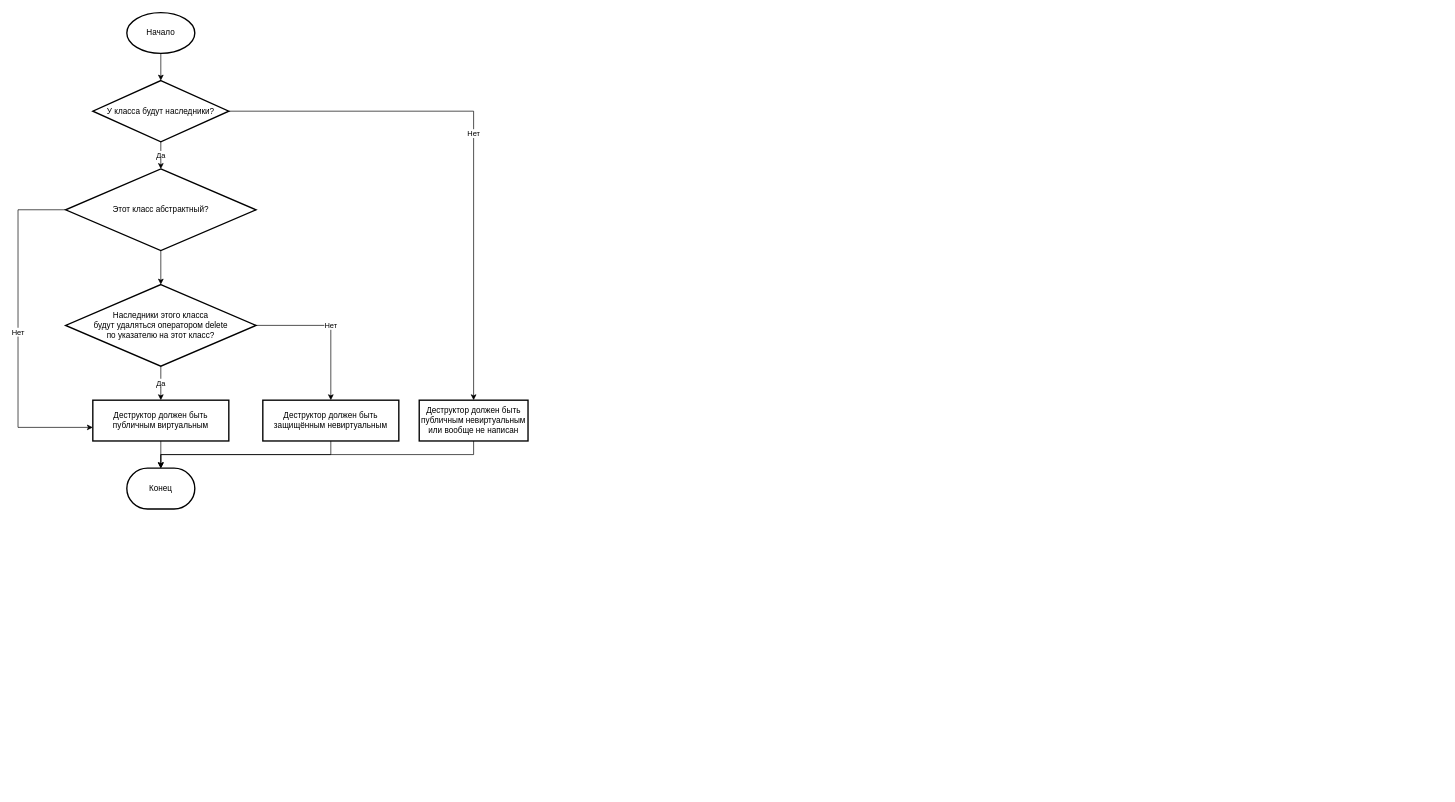
This is lectures/03/inheritance.drawio from alexey-malov/oop, a draw.io file, before an edit. Source tidied: cells renumbered, new cells numbered last; positions are measured from the earlier drawing's top-left corner, leaving out a move shared by most shapes. Both pictures are drawn from the tidied source at 68%, with x=0, y=0 at pixel (18, 12).
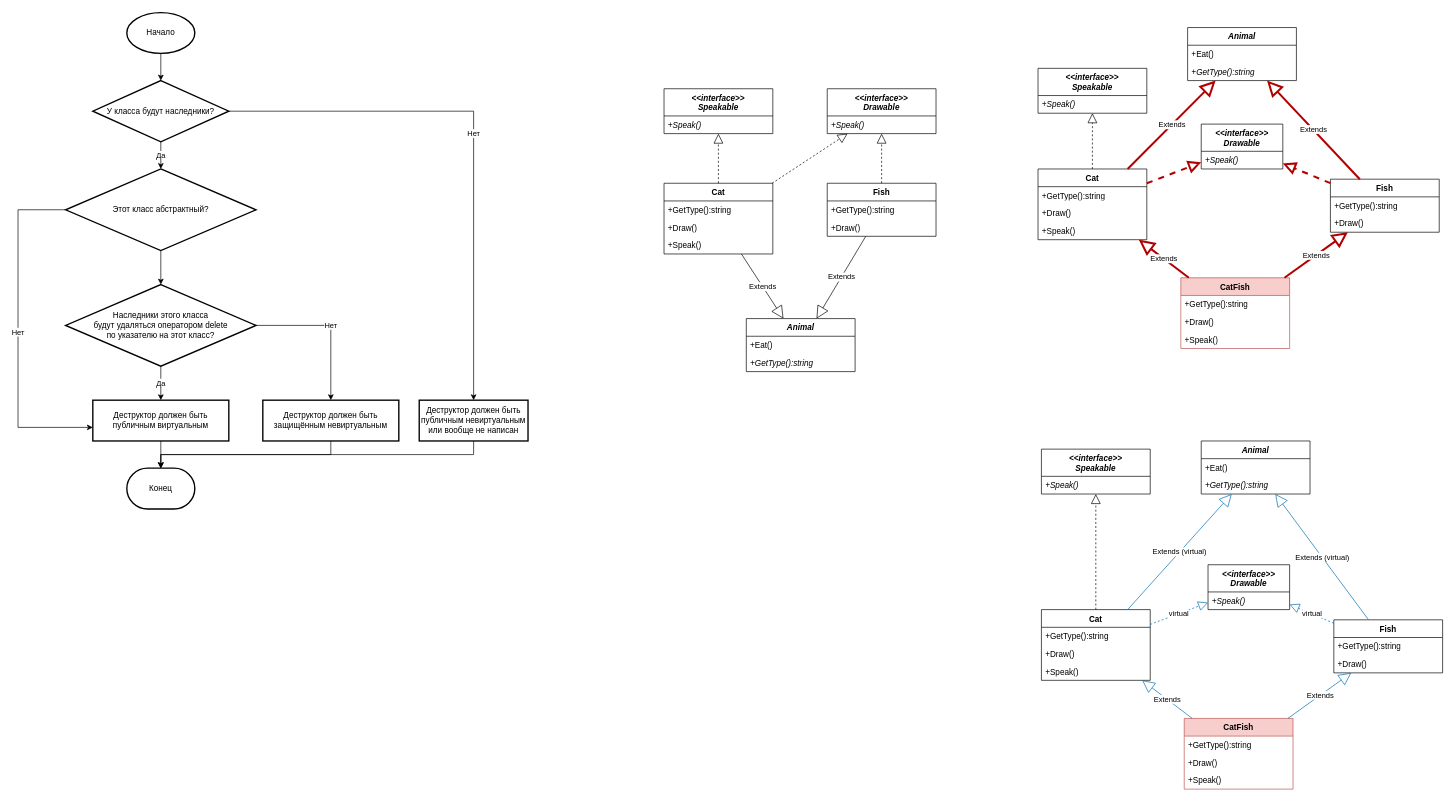
After the change.

What changed in the source:
```diff
@@
+    <mxCell id="20" value="&lt;div&gt;&lt;i&gt;&amp;lt;&amp;lt;interface&amp;gt;&amp;gt;&lt;/i&gt;&lt;/div&gt;&lt;i&gt;Speakable&lt;/i&gt;" style="swimlane;fontStyle=1;align=center;verticalAlign=top;horizontal=1;startSize=40;whiteSpace=wrap;html=1;" parent="1" vertex="1">
+      <mxGeometry x="950" y="112" width="160" height="66" as="geometry" />
+    </mxCell>
+    <mxCell id="21" value="&lt;i&gt;+Speak()&lt;/i&gt;" style="text;strokeColor=none;fillColor=none;align=left;verticalAlign=top;spacingLeft=4;spacingRight=4;overflow=hidden;whiteSpace=wrap;html=1;" parent="20" vertex="1">
+      <mxGeometry y="40" width="160" height="26" as="geometry" />
+    </mxCell>
+    <mxCell id="22" value="&lt;div&gt;&lt;i&gt;&amp;lt;&amp;lt;interface&amp;gt;&amp;gt;&lt;/i&gt;&lt;/div&gt;&lt;i&gt;Drawable&lt;/i&gt;" style="swimlane;fontStyle=1;align=center;verticalAlign=top;horizontal=1;startSize=40;whiteSpace=wrap;html=1;" parent="1" vertex="1">
+      <mxGeometry x="1190" y="112" width="160" height="66" as="geometry" />
+    </mxCell>
+    <mxCell id="23" value="&lt;i&gt;+Speak()&lt;/i&gt;" style="text;strokeColor=none;fillColor=none;align=left;verticalAlign=top;spacingLeft=4;spacingRight=4;overflow=hidden;whiteSpace=wrap;html=1;" parent="22" vertex="1">
+      <mxGeometry y="40" width="160" height="26" as="geometry" />
+    </mxCell>
+    <mxCell id="24" value="&lt;i&gt;Animal&lt;/i&gt;" style="swimlane;fontStyle=1;align=center;verticalAlign=top;horizontal=1;startSize=26;whiteSpace=wrap;html=1;" parent="1" vertex="1">
+      <mxGeometry x="1071" y="450" width="160" height="78" as="geometry" />
+    </mxCell>
+    <mxCell id="25" value="+Eat()" style="text;strokeColor=none;fillColor=none;align=left;verticalAlign=top;spacingLeft=4;spacingRight=4;overflow=hidden;whiteSpace=wrap;html=1;" parent="24" vertex="1">
+      <mxGeometry y="26" width="160" height="26" as="geometry" />
+    </mxCell>
+    <mxCell id="26" value="&lt;i&gt;+GetType():string&lt;/i&gt;" style="text;strokeColor=none;fillColor=none;align=left;verticalAlign=top;spacingLeft=4;spacingRight=4;overflow=hidden;whiteSpace=wrap;html=1;" parent="24" vertex="1">
+      <mxGeometry y="52" width="160" height="26" as="geometry" />
+    </mxCell>
+    <mxCell id="27" value="Cat" style="swimlane;fontStyle=1;align=center;verticalAlign=top;horizontal=1;startSize=26;whiteSpace=wrap;html=1;" parent="1" vertex="1">
+      <mxGeometry x="950" y="251" width="160" height="104" as="geometry" />
+    </mxCell>
+    <mxCell id="28" value="&lt;span&gt;+GetType():string&lt;/span&gt;" style="text;strokeColor=none;fillColor=none;align=left;verticalAlign=top;spacingLeft=4;spacingRight=4;overflow=hidden;whiteSpace=wrap;html=1;fontStyle=0;" parent="27" vertex="1">
+      <mxGeometry y="26" width="160" height="26" as="geometry" />
+    </mxCell>
+    <mxCell id="29" value="&lt;span&gt;+Draw()&lt;/span&gt;" style="text;strokeColor=none;fillColor=none;align=left;verticalAlign=top;spacingLeft=4;spacingRight=4;overflow=hidden;whiteSpace=wrap;html=1;fontStyle=0;" parent="27" vertex="1">
+      <mxGeometry y="52" width="160" height="26" as="geometry" />
+    </mxCell>
+    <mxCell id="30" value="&lt;span&gt;+Speak()&lt;/span&gt;" style="text;strokeColor=none;fillColor=none;align=left;verticalAlign=top;spacingLeft=4;spacingRight=4;overflow=hidden;whiteSpace=wrap;html=1;fontStyle=0;" parent="27" vertex="1">
+      <mxGeometry y="78" width="160" height="26" as="geometry" />
+    </mxCell>
+    <mxCell id="31" value="Fish" style="swimlane;fontStyle=1;align=center;verticalAlign=top;horizontal=1;startSize=26;whiteSpace=wrap;html=1;" parent="1" vertex="1">
+      <mxGeometry x="1190" y="251" width="160" height="78" as="geometry" />
+    </mxCell>
+    <mxCell id="32" value="&lt;span&gt;+GetType():string&lt;/span&gt;" style="text;strokeColor=none;fillColor=none;align=left;verticalAlign=top;spacingLeft=4;spacingRight=4;overflow=hidden;whiteSpace=wrap;html=1;fontStyle=0;" parent="31" vertex="1">
+      <mxGeometry y="26" width="160" height="26" as="geometry" />
+    </mxCell>
+    <mxCell id="33" value="&lt;span&gt;+Draw()&lt;/span&gt;" style="text;strokeColor=none;fillColor=none;align=left;verticalAlign=top;spacingLeft=4;spacingRight=4;overflow=hidden;whiteSpace=wrap;html=1;fontStyle=0;" parent="31" vertex="1">
+      <mxGeometry y="52" width="160" height="26" as="geometry" />
+    </mxCell>
+    <mxCell id="34" style="endArrow=block;dashed=1;endFill=0;endSize=12;html=1;rounded=0;" parent="1" edge="1" source="27" target="20">
+      <mxGeometry relative="1" as="geometry" />
+    </mxCell>
+    <mxCell id="35" style="endArrow=block;dashed=1;endFill=0;endSize=12;html=1;rounded=0;" parent="1" edge="1" source="31" target="22">
+      <mxGeometry relative="1" as="geometry" />
+    </mxCell>
+    <mxCell id="36" style="endArrow=block;dashed=1;endFill=0;endSize=12;html=1;rounded=0;" parent="1" edge="1" source="27" target="22">
+      <mxGeometry relative="1" as="geometry" />
+    </mxCell>
+    <mxCell id="37" value="Extends" style="endArrow=block;endSize=16;endFill=0;html=1;rounded=0;" parent="1" edge="1" source="27" target="24">
+      <mxGeometry relative="1" as="geometry" />
+    </mxCell>
+    <mxCell id="38" value="Extends" style="endArrow=block;endSize=16;endFill=0;html=1;rounded=0;" parent="1" edge="1" source="31" target="24">
+      <mxGeometry relative="1" as="geometry" />
+    </mxCell>
+    <mxCell id="39" value="&lt;div&gt;&lt;i&gt;&amp;lt;&amp;lt;interface&amp;gt;&amp;gt;&lt;/i&gt;&lt;/div&gt;&lt;i&gt;Speakable&lt;/i&gt;" style="swimlane;fontStyle=1;align=center;verticalAlign=top;horizontal=1;startSize=40;whiteSpace=wrap;html=1;" parent="1" vertex="1">
+      <mxGeometry x="1500" y="82" width="160" height="66" as="geometry" />
+    </mxCell>
+    <mxCell id="40" value="&lt;i&gt;+Speak()&lt;/i&gt;" style="text;strokeColor=none;fillColor=none;align=left;verticalAlign=top;spacingLeft=4;spacingRight=4;overflow=hidden;whiteSpace=wrap;html=1;" parent="39" vertex="1">
+      <mxGeometry y="40" width="160" height="26" as="geometry" />
+    </mxCell>
+    <mxCell id="41" value="&lt;div&gt;&lt;i&gt;&amp;lt;&amp;lt;interface&amp;gt;&amp;gt;&lt;/i&gt;&lt;/div&gt;&lt;i&gt;Drawable&lt;/i&gt;" style="swimlane;fontStyle=1;align=center;verticalAlign=top;horizontal=1;startSize=40;whiteSpace=wrap;html=1;" parent="1" vertex="1">
+      <mxGeometry x="1740" y="164" width="120" height="66" as="geometry" />
+    </mxCell>
+    <mxCell id="42" value="&lt;i&gt;+Speak()&lt;/i&gt;" style="text;strokeColor=none;fillColor=none;align=left;verticalAlign=top;spacingLeft=4;spacingRight=4;overflow=hidden;whiteSpace=wrap;html=1;" parent="41" vertex="1">
+      <mxGeometry y="40" width="120" height="26" as="geometry" />
+    </mxCell>
+    <mxCell id="43" value="&lt;i&gt;Animal&lt;/i&gt;" style="swimlane;fontStyle=1;align=center;verticalAlign=top;horizontal=1;startSize=26;whiteSpace=wrap;html=1;" parent="1" vertex="1">
+      <mxGeometry x="1720" y="22" width="160" height="78" as="geometry" />
+    </mxCell>
+    <mxCell id="44" value="+Eat()" style="text;strokeColor=none;fillColor=none;align=left;verticalAlign=top;spacingLeft=4;spacingRight=4;overflow=hidden;whiteSpace=wrap;html=1;" parent="43" vertex="1">
+      <mxGeometry y="26" width="160" height="26" as="geometry" />
+    </mxCell>
+    <mxCell id="45" value="&lt;i&gt;+GetType():string&lt;/i&gt;" style="text;strokeColor=none;fillColor=none;align=left;verticalAlign=top;spacingLeft=4;spacingRight=4;overflow=hidden;whiteSpace=wrap;html=1;" parent="43" vertex="1">
+      <mxGeometry y="52" width="160" height="26" as="geometry" />
+    </mxCell>
+    <mxCell id="46" value="Cat" style="swimlane;fontStyle=1;align=center;verticalAlign=top;horizontal=1;startSize=26;whiteSpace=wrap;html=1;" parent="1" vertex="1">
+      <mxGeometry x="1500" y="230" width="160" height="104" as="geometry" />
+    </mxCell>
+    <mxCell id="47" value="&lt;span&gt;+GetType():string&lt;/span&gt;" style="text;strokeColor=none;fillColor=none;align=left;verticalAlign=top;spacingLeft=4;spacingRight=4;overflow=hidden;whiteSpace=wrap;html=1;fontStyle=0;" parent="46" vertex="1">
+      <mxGeometry y="26" width="160" height="26" as="geometry" />
+    </mxCell>
+    <mxCell id="48" value="&lt;span&gt;+Draw()&lt;/span&gt;" style="text;strokeColor=none;fillColor=none;align=left;verticalAlign=top;spacingLeft=4;spacingRight=4;overflow=hidden;whiteSpace=wrap;html=1;fontStyle=0;" parent="46" vertex="1">
+      <mxGeometry y="52" width="160" height="26" as="geometry" />
+    </mxCell>
+    <mxCell id="49" value="&lt;span&gt;+Speak()&lt;/span&gt;" style="text;strokeColor=none;fillColor=none;align=left;verticalAlign=top;spacingLeft=4;spacingRight=4;overflow=hidden;whiteSpace=wrap;html=1;fontStyle=0;" parent="46" vertex="1">
+      <mxGeometry y="78" width="160" height="26" as="geometry" />
+    </mxCell>
+    <mxCell id="50" value="Fish" style="swimlane;fontStyle=1;align=center;verticalAlign=top;horizontal=1;startSize=26;whiteSpace=wrap;html=1;" parent="1" vertex="1">
+      <mxGeometry x="1930" y="245" width="160" height="78" as="geometry" />
+    </mxCell>
+    <mxCell id="51" value="&lt;span&gt;+GetType():string&lt;/span&gt;" style="text;strokeColor=none;fillColor=none;align=left;verticalAlign=top;spacingLeft=4;spacingRight=4;overflow=hidden;whiteSpace=wrap;html=1;fontStyle=0;" parent="50" vertex="1">
+      <mxGeometry y="26" width="160" height="26" as="geometry" />
+    </mxCell>
+    <mxCell id="52" value="&lt;span&gt;+Draw()&lt;/span&gt;" style="text;strokeColor=none;fillColor=none;align=left;verticalAlign=top;spacingLeft=4;spacingRight=4;overflow=hidden;whiteSpace=wrap;html=1;fontStyle=0;" parent="50" vertex="1">
+      <mxGeometry y="52" width="160" height="26" as="geometry" />
+    </mxCell>
+    <mxCell id="53" style="endArrow=block;dashed=1;endFill=0;endSize=12;html=1;rounded=0;" parent="1" edge="1" source="46" target="39">
+      <mxGeometry relative="1" as="geometry" />
+    </mxCell>
+    <mxCell id="54" style="endArrow=block;dashed=1;endFill=0;endSize=12;html=1;rounded=0;fillColor=#e51400;strokeColor=#B20000;strokeWidth=3;" parent="1" edge="1" source="50" target="41">
+      <mxGeometry relative="1" as="geometry" />
+    </mxCell>
+    <mxCell id="55" style="endArrow=block;dashed=1;endFill=0;endSize=12;html=1;rounded=0;fillColor=#e51400;strokeColor=#B20000;strokeWidth=3;" parent="1" edge="1" source="46" target="41">
+      <mxGeometry relative="1" as="geometry" />
+    </mxCell>
+    <mxCell id="56" value="Extends" style="endArrow=block;endSize=16;endFill=0;html=1;rounded=0;fillColor=#e51400;strokeColor=#B20000;strokeWidth=3;" parent="1" edge="1" source="46" target="43">
+      <mxGeometry relative="1" as="geometry" />
+    </mxCell>
+    <mxCell id="57" value="Extends" style="endArrow=block;endSize=16;endFill=0;html=1;rounded=0;fillColor=#e51400;strokeColor=#B20000;strokeWidth=3;" parent="1" edge="1" source="50" target="43">
+      <mxGeometry relative="1" as="geometry" />
+    </mxCell>
+    <mxCell id="58" value="CatFish" style="swimlane;fontStyle=1;align=center;verticalAlign=top;horizontal=1;startSize=26;whiteSpace=wrap;html=1;fillColor=#f8cecc;strokeColor=#b85450;" parent="1" vertex="1">
+      <mxGeometry x="1710" y="390" width="160" height="104" as="geometry" />
+    </mxCell>
+    <mxCell id="59" value="&lt;span&gt;+GetType():string&lt;/span&gt;" style="text;strokeColor=none;fillColor=none;align=left;verticalAlign=top;spacingLeft=4;spacingRight=4;overflow=hidden;whiteSpace=wrap;html=1;fontStyle=0;" parent="58" vertex="1">
+      <mxGeometry y="26" width="160" height="26" as="geometry" />
+    </mxCell>
+    <mxCell id="60" value="&lt;span&gt;+Draw()&lt;/span&gt;" style="text;strokeColor=none;fillColor=none;align=left;verticalAlign=top;spacingLeft=4;spacingRight=4;overflow=hidden;whiteSpace=wrap;html=1;fontStyle=0;" parent="58" vertex="1">
+      <mxGeometry y="52" width="160" height="26" as="geometry" />
+    </mxCell>
+    <mxCell id="61" value="&lt;span&gt;+Speak()&lt;/span&gt;" style="text;strokeColor=none;fillColor=none;align=left;verticalAlign=top;spacingLeft=4;spacingRight=4;overflow=hidden;whiteSpace=wrap;html=1;fontStyle=0;" parent="58" vertex="1">
+      <mxGeometry y="78" width="160" height="26" as="geometry" />
+    </mxCell>
+    <mxCell id="62" value="Extends" style="endArrow=block;endSize=16;endFill=0;html=1;rounded=0;fillColor=#e51400;strokeColor=#B20000;strokeWidth=3;" parent="1" edge="1" source="58" target="46">
+      <mxGeometry relative="1" as="geometry" />
+    </mxCell>
+    <mxCell id="63" value="Extends" style="endArrow=block;endSize=16;endFill=0;html=1;rounded=0;fillColor=#e51400;strokeColor=#B20000;strokeWidth=3;" parent="1" edge="1" source="58" target="50">
+      <mxGeometry relative="1" as="geometry" />
+    </mxCell>
+    <mxCell id="64" value="&lt;div&gt;&lt;i&gt;&amp;lt;&amp;lt;interface&amp;gt;&amp;gt;&lt;/i&gt;&lt;/div&gt;&lt;i&gt;Speakable&lt;/i&gt;" style="swimlane;fontStyle=1;align=center;verticalAlign=top;horizontal=1;startSize=40;whiteSpace=wrap;html=1;" parent="1" vertex="1">
+      <mxGeometry x="1505" y="642" width="160" height="66" as="geometry" />
+    </mxCell>
+    <mxCell id="65" value="&lt;i&gt;+Speak()&lt;/i&gt;" style="text;strokeColor=none;fillColor=none;align=left;verticalAlign=top;spacingLeft=4;spacingRight=4;overflow=hidden;whiteSpace=wrap;html=1;" parent="64" vertex="1">
+      <mxGeometry y="40" width="160" height="26" as="geometry" />
+    </mxCell>
+    <mxCell id="66" value="&lt;div&gt;&lt;i&gt;&amp;lt;&amp;lt;interface&amp;gt;&amp;gt;&lt;/i&gt;&lt;/div&gt;&lt;i&gt;Drawable&lt;/i&gt;" style="swimlane;fontStyle=1;align=center;verticalAlign=top;horizontal=1;startSize=40;whiteSpace=wrap;html=1;" parent="1" vertex="1">
+      <mxGeometry x="1750" y="812" width="120" height="66" as="geometry" />
+    </mxCell>
+    <mxCell id="67" value="&lt;i&gt;+Speak()&lt;/i&gt;" style="text;strokeColor=none;fillColor=none;align=left;verticalAlign=top;spacingLeft=4;spacingRight=4;overflow=hidden;whiteSpace=wrap;html=1;" parent="66" vertex="1">
+      <mxGeometry y="40" width="120" height="26" as="geometry" />
+    </mxCell>
+    <mxCell id="68" value="&lt;i&gt;Animal&lt;/i&gt;" style="swimlane;fontStyle=1;align=center;verticalAlign=top;horizontal=1;startSize=26;whiteSpace=wrap;html=1;" parent="1" vertex="1">
+      <mxGeometry x="1740" y="630" width="160" height="78" as="geometry" />
+    </mxCell>
+    <mxCell id="69" value="+Eat()" style="text;strokeColor=none;fillColor=none;align=left;verticalAlign=top;spacingLeft=4;spacingRight=4;overflow=hidden;whiteSpace=wrap;html=1;" parent="68" vertex="1">
+      <mxGeometry y="26" width="160" height="26" as="geometry" />
+    </mxCell>
+    <mxCell id="70" value="&lt;i&gt;+GetType():string&lt;/i&gt;" style="text;strokeColor=none;fillColor=none;align=left;verticalAlign=top;spacingLeft=4;spacingRight=4;overflow=hidden;whiteSpace=wrap;html=1;" parent="68" vertex="1">
+      <mxGeometry y="52" width="160" height="26" as="geometry" />
+    </mxCell>
+    <mxCell id="71" value="Cat" style="swimlane;fontStyle=1;align=center;verticalAlign=top;horizontal=1;startSize=26;whiteSpace=wrap;html=1;" parent="1" vertex="1">
+      <mxGeometry x="1505" y="878" width="160" height="104" as="geometry" />
+    </mxCell>
+    <mxCell id="72" value="&lt;span&gt;+GetType():string&lt;/span&gt;" style="text;strokeColor=none;fillColor=none;align=left;verticalAlign=top;spacingLeft=4;spacingRight=4;overflow=hidden;whiteSpace=wrap;html=1;fontStyle=0;" parent="71" vertex="1">
+      <mxGeometry y="26" width="160" height="26" as="geometry" />
+    </mxCell>
+    <mxCell id="73" value="&lt;span&gt;+Draw()&lt;/span&gt;" style="text;strokeColor=none;fillColor=none;align=left;verticalAlign=top;spacingLeft=4;spacingRight=4;overflow=hidden;whiteSpace=wrap;html=1;fontStyle=0;" parent="71" vertex="1">
+      <mxGeometry y="52" width="160" height="26" as="geometry" />
+    </mxCell>
+    <mxCell id="74" value="&lt;span&gt;+Speak()&lt;/span&gt;" style="text;strokeColor=none;fillColor=none;align=left;verticalAlign=top;spacingLeft=4;spacingRight=4;overflow=hidden;whiteSpace=wrap;html=1;fontStyle=0;" parent="71" vertex="1">
+      <mxGeometry y="78" width="160" height="26" as="geometry" />
+    </mxCell>
+    <mxCell id="75" value="Fish" style="swimlane;fontStyle=1;align=center;verticalAlign=top;horizontal=1;startSize=26;whiteSpace=wrap;html=1;" parent="1" vertex="1">
+      <mxGeometry x="1935" y="893" width="160" height="78" as="geometry" />
+    </mxCell>
+    <mxCell id="76" value="&lt;span&gt;+GetType():string&lt;/span&gt;" style="text;strokeColor=none;fillColor=none;align=left;verticalAlign=top;spacingLeft=4;spacingRight=4;overflow=hidden;whiteSpace=wrap;html=1;fontStyle=0;" parent="75" vertex="1">
+      <mxGeometry y="26" width="160" height="26" as="geometry" />
+    </mxCell>
+    <mxCell id="77" value="&lt;span&gt;+Draw()&lt;/span&gt;" style="text;strokeColor=none;fillColor=none;align=left;verticalAlign=top;spacingLeft=4;spacingRight=4;overflow=hidden;whiteSpace=wrap;html=1;fontStyle=0;" parent="75" vertex="1">
+      <mxGeometry y="52" width="160" height="26" as="geometry" />
+    </mxCell>
+    <mxCell id="78" style="endArrow=block;dashed=1;endFill=0;endSize=12;html=1;rounded=0;" parent="1" edge="1" source="71" target="64">
+      <mxGeometry relative="1" as="geometry" />
+    </mxCell>
+    <mxCell id="79" value="virtual" style="endArrow=block;dashed=1;endFill=0;endSize=12;html=1;rounded=0;fillColor=#1ba1e2;strokeColor=#006EAF;strokeWidth=1;" parent="1" edge="1" source="75" target="66">
+      <mxGeometry relative="1" as="geometry" />
+    </mxCell>
+    <mxCell id="80" value="virtual" style="endArrow=block;dashed=1;endFill=0;endSize=12;html=1;rounded=0;fillColor=#1ba1e2;strokeColor=#006EAF;strokeWidth=1;" parent="1" edge="1" source="71" target="66">
+      <mxGeometry relative="1" as="geometry" />
+    </mxCell>
+    <mxCell id="81" value="Extends (virtual)" style="endArrow=block;endSize=16;endFill=0;html=1;rounded=0;fillColor=#1ba1e2;strokeColor=#006EAF;strokeWidth=1;" parent="1" edge="1" source="71" target="68">
+      <mxGeometry relative="1" as="geometry" />
+    </mxCell>
+    <mxCell id="82" value="Extends (virtual)" style="endArrow=block;endSize=16;endFill=0;html=1;rounded=0;fillColor=#1ba1e2;strokeColor=#006EAF;strokeWidth=1;" parent="1" edge="1" source="75" target="68">
+      <mxGeometry relative="1" as="geometry" />
+    </mxCell>
+    <mxCell id="83" value="CatFish" style="swimlane;fontStyle=1;align=center;verticalAlign=top;horizontal=1;startSize=26;whiteSpace=wrap;html=1;fillColor=#f8cecc;strokeColor=#b85450;" parent="1" vertex="1">
+      <mxGeometry x="1715" y="1038" width="160" height="104" as="geometry" />
+    </mxCell>
+    <mxCell id="84" value="&lt;span&gt;+GetType():string&lt;/span&gt;" style="text;strokeColor=none;fillColor=none;align=left;verticalAlign=top;spacingLeft=4;spacingRight=4;overflow=hidden;whiteSpace=wrap;html=1;fontStyle=0;" parent="83" vertex="1">
+      <mxGeometry y="26" width="160" height="26" as="geometry" />
+    </mxCell>
+    <mxCell id="85" value="&lt;span&gt;+Draw()&lt;/span&gt;" style="text;strokeColor=none;fillColor=none;align=left;verticalAlign=top;spacingLeft=4;spacingRight=4;overflow=hidden;whiteSpace=wrap;html=1;fontStyle=0;" parent="83" vertex="1">
+      <mxGeometry y="52" width="160" height="26" as="geometry" />
+    </mxCell>
+    <mxCell id="86" value="&lt;span&gt;+Speak()&lt;/span&gt;" style="text;strokeColor=none;fillColor=none;align=left;verticalAlign=top;spacingLeft=4;spacingRight=4;overflow=hidden;whiteSpace=wrap;html=1;fontStyle=0;" parent="83" vertex="1">
+      <mxGeometry y="78" width="160" height="26" as="geometry" />
+    </mxCell>
+    <mxCell id="87" value="Extends" style="endArrow=block;endSize=16;endFill=0;html=1;rounded=0;fillColor=#1ba1e2;strokeColor=#006EAF;strokeWidth=1;" parent="1" edge="1" source="83" target="71">
+      <mxGeometry relative="1" as="geometry" />
+    </mxCell>
+    <mxCell id="88" value="Extends" style="endArrow=block;endSize=16;endFill=0;html=1;rounded=0;fillColor=#1ba1e2;strokeColor=#006EAF;strokeWidth=1;" parent="1" edge="1" source="83" target="75">
+      <mxGeometry x="0.01" relative="1" as="geometry" />
+    </mxCell>
```
